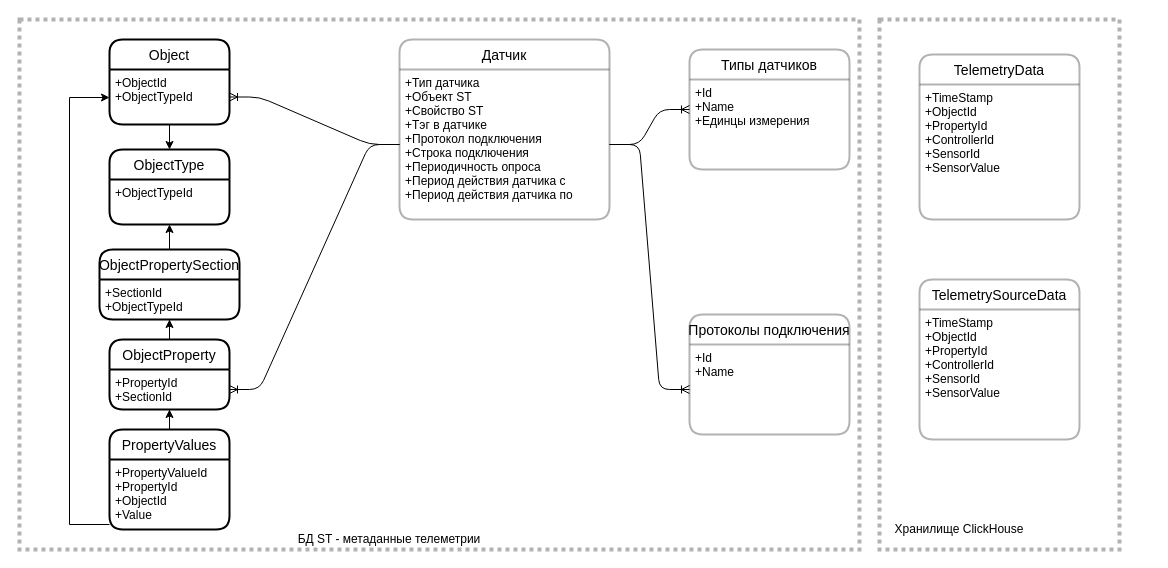
Earlier version of the draw.io diagram page "ДанныеV2" (3 of 9) of ST.Telemetry.drawio (aaf1974/ProjectDiagram). Source tidied: cells renumbered, new cells numbered last; positions are measured from the earlier drawing's top-left corner, leaving out a move shared by most shapes. Both pictures are drawn from the tidied source at 100%, with x=0, y=0 at pixel (19, 19).
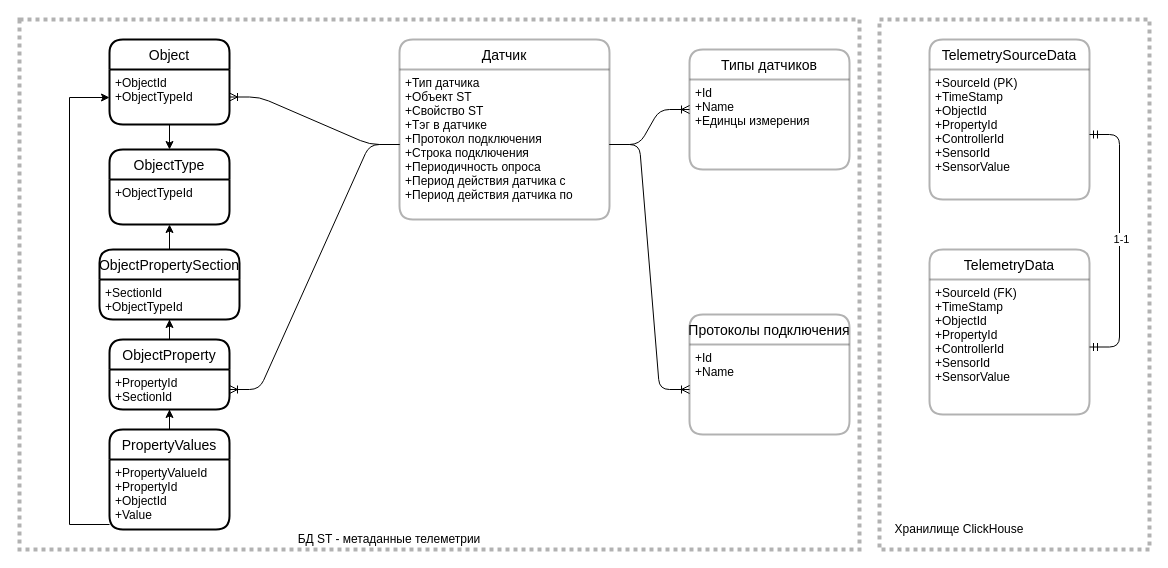
The same diagram, later.

What changed in the source:
```diff
@@
     <mxCell id="2" style="rounded=0;whiteSpace=wrap;html=1;dashed=1;dashPattern=1 1;fontSize=12;strokeWidth=4;gradientColor=none;opacity=30;" parent="1" vertex="1">
-      <mxGeometry x="860" width="240" height="530" as="geometry" />
+      <mxGeometry x="860" width="270" height="530" as="geometry" />
     </mxCell>
     <mxCell id="3" value="TelemetryData" style="swimlane;horizontal=1;startSize=30;rounded=1;fontSize=14;fontStyle=0;strokeWidth=2;shadow=0;dashed=0;align=center;dashPattern=1 1;gradientColor=none;opacity=30;" parent="1" vertex="1">
-      <mxGeometry x="900" y="35" width="160" height="165" as="geometry" />
+      <mxGeometry x="910" y="230" width="160" height="165" as="geometry" />
     </mxCell>
-    <mxCell id="4" value="+TimeStamp&#10;+ObjectId&#10;+PropertyId&#10;+ControllerId&#10;+SensorId&#10;+SensorValue" style="align=left;strokeColor=none;fillColor=none;spacingLeft=4;fontSize=12;verticalAlign=top;" parent="3" vertex="1">
+    <mxCell id="4" value="+SourceId (FK)&#10;+TimeStamp&#10;+ObjectId&#10;+PropertyId&#10;+ControllerId&#10;+SensorId&#10;+SensorValue" style="align=left;strokeColor=none;fillColor=none;spacingLeft=4;fontSize=12;verticalAlign=top;" parent="3" vertex="1">
       <mxGeometry y="30" width="160" height="135" as="geometry" />
     </mxCell>
@@
     <mxCell id="8" value="TelemetrySourceData" style="swimlane;horizontal=1;startSize=30;rounded=1;fontSize=14;fontStyle=0;strokeWidth=2;shadow=0;dashed=0;align=center;dashPattern=1 1;gradientColor=none;opacity=30;" parent="1" vertex="1">
-      <mxGeometry x="900" y="260" width="160" height="160" as="geometry" />
+      <mxGeometry x="910" y="20" width="160" height="160" as="geometry" />
     </mxCell>
-    <mxCell id="9" value="+TimeStamp&#10;+ObjectId&#10;+PropertyId&#10;+ControllerId&#10;+SensorId&#10;+SensorValue" style="align=left;strokeColor=none;fillColor=none;spacingLeft=4;fontSize=12;verticalAlign=top;" parent="8" vertex="1">
+    <mxCell id="9" value="+SourceId (PK)&#10;+TimeStamp&#10;+ObjectId&#10;+PropertyId&#10;+ControllerId&#10;+SensorId&#10;+SensorValue" style="align=left;strokeColor=none;fillColor=none;spacingLeft=4;fontSize=12;verticalAlign=top;" parent="8" vertex="1">
       <mxGeometry y="30" width="160" height="130" as="geometry" />
     </mxCell>
@@
+    <mxCell id="35" style="edgeStyle=entityRelationEdgeStyle;fontSize=12;html=1;endArrow=ERmandOne;startArrow=ERmandOne;strokeWidth=1;" parent="1" edge="1" source="4" target="9">
+      <mxGeometry relative="1" as="geometry" />
+    </mxCell>
+    <mxCell id="36" value="1-1" style="edgeLabel;html=1;align=center;verticalAlign=middle;" parent="35" vertex="1">
+      <mxGeometry x="0.02" y="-1" relative="1" as="geometry">
+        <mxPoint y="1" as="offset" />
+      </mxGeometry>
+    </mxCell>
```
